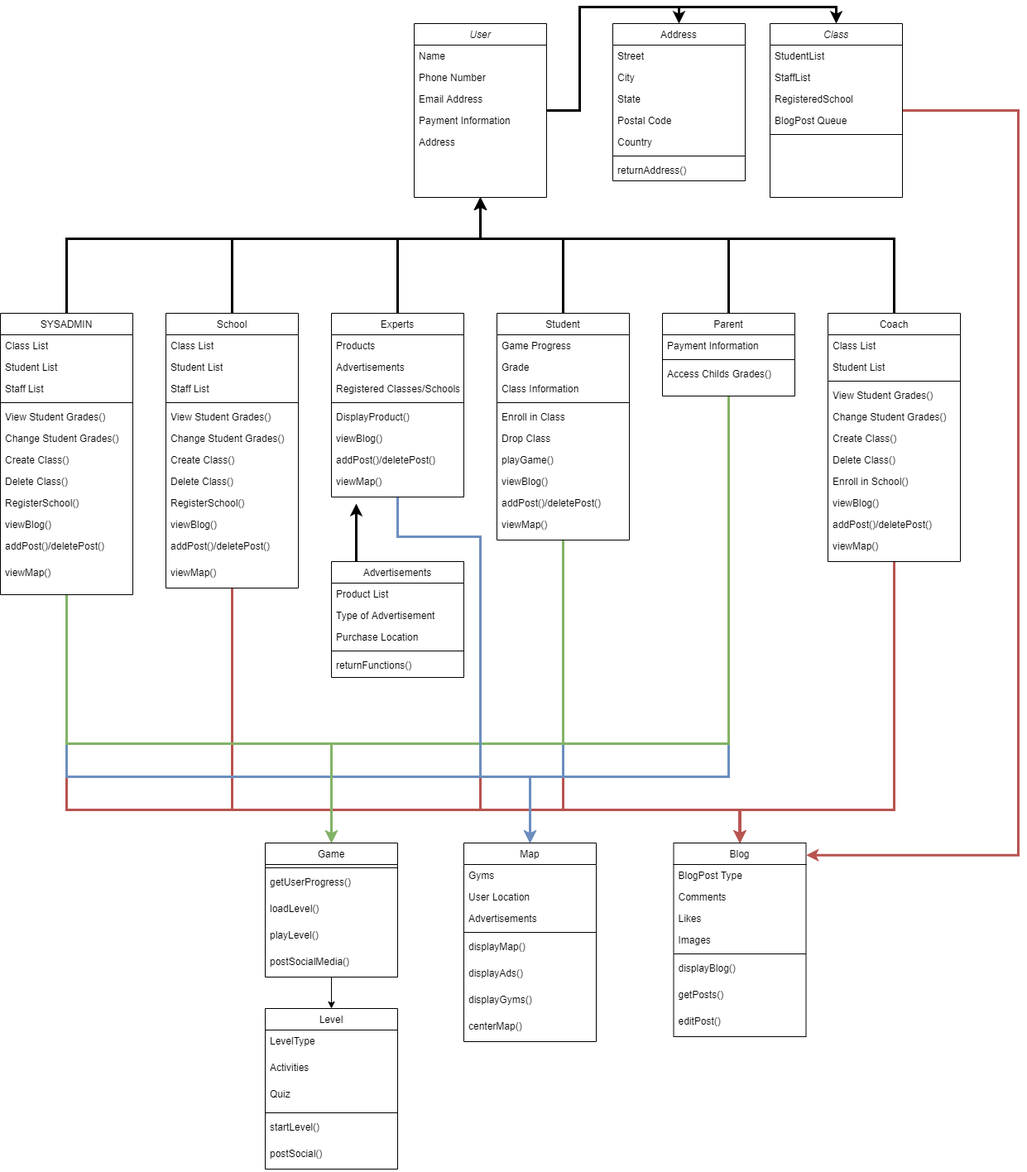
The draw.io diagram Deliverables/Week_4/Class Diagram.png in Hanandrof/Group-3-Repository, before a commit. Source tidied: cells renumbered, new cells last; positions are measured from the earlier drawing's top-left corner, leaving out a move shared by most shapes.
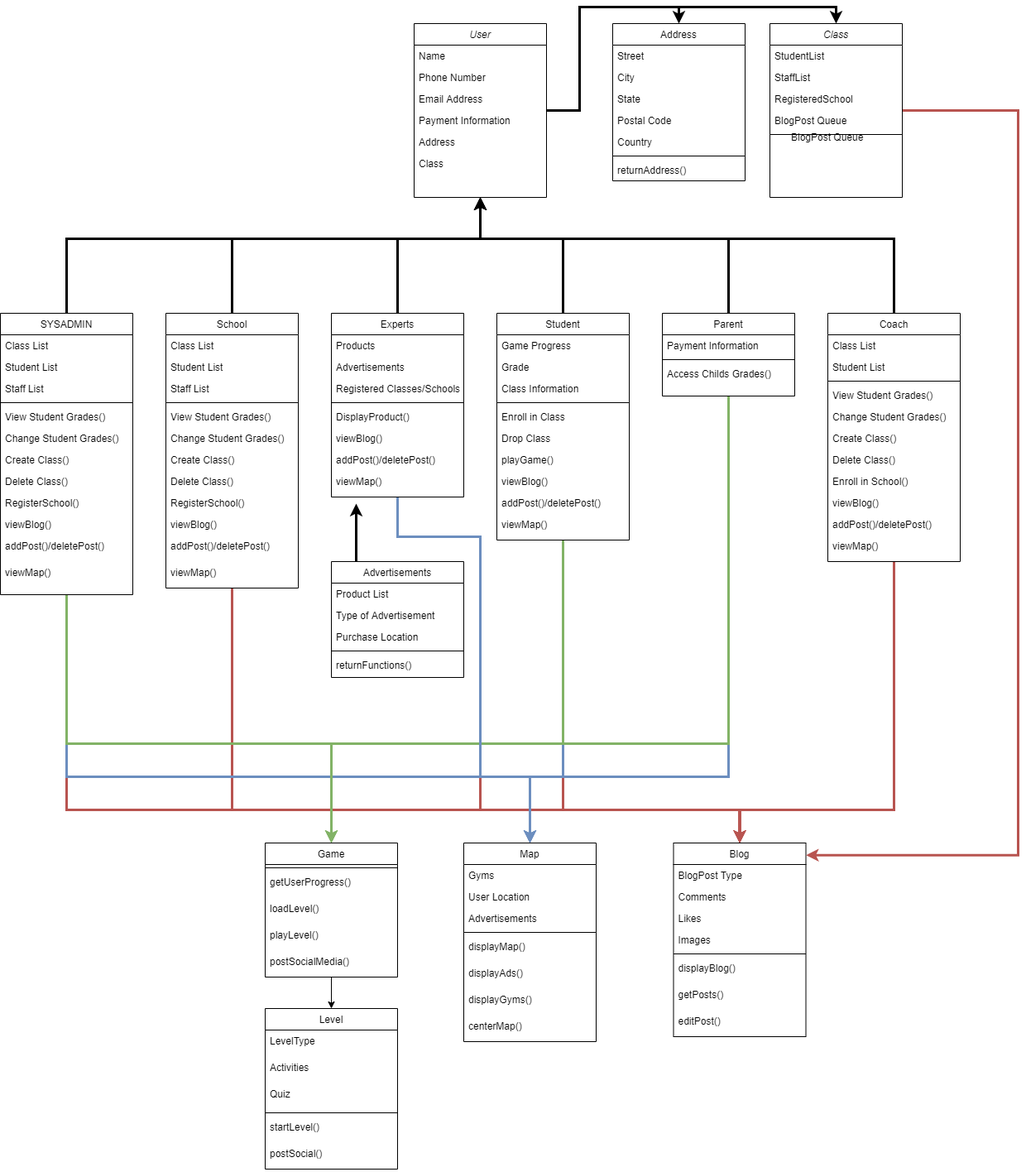
After the change.

Change to the diagram source:
```diff
@@ -32,6 +32,9 @@
     <mxCell id="9" value="Address" style="text;align=left;verticalAlign=top;spacingLeft=4;spacingRight=4;overflow=hidden;rounded=0;shadow=0;html=0;" parent="4" vertex="1">
       <mxGeometry y="130" width="160" height="26" as="geometry" />
     </mxCell>
+    <mxCell id="144" value="Class" style="text;align=left;verticalAlign=top;spacingLeft=4;spacingRight=4;overflow=hidden;rounded=0;shadow=0;html=0;" parent="4" vertex="1">
+      <mxGeometry y="156" width="160" height="26" as="geometry" />
+    </mxCell>
     <mxCell id="10" style="edgeStyle=orthogonalEdgeStyle;rounded=0;jettySize=auto;html=1;strokeWidth=3;" parent="1" edge="1" source="11">
       <mxGeometry relative="1" as="geometry">
         <mxPoint x="430" y="600" as="targetPoint" />
@@ -538,5 +541,8 @@
     <mxCell id="143" style="line;html=1;strokeWidth=1;align=left;verticalAlign=middle;spacingTop=-1;spacingLeft=3;spacingRight=3;labelPosition=right;" parent="138" vertex="1">
       <mxGeometry y="130" width="160" height="8" as="geometry" />
     </mxCell>
+    <mxCell id="145" value="BlogPost Queue" style="text;align=left;verticalAlign=top;spacingLeft=4;spacingRight=4;overflow=hidden;rounded=0;shadow=0;html=0;" parent="1" vertex="1">
+      <mxGeometry x="950" y="144" width="160" height="26" as="geometry" />
+    </mxCell>
   </root>
 </mxGraphModel>
```
